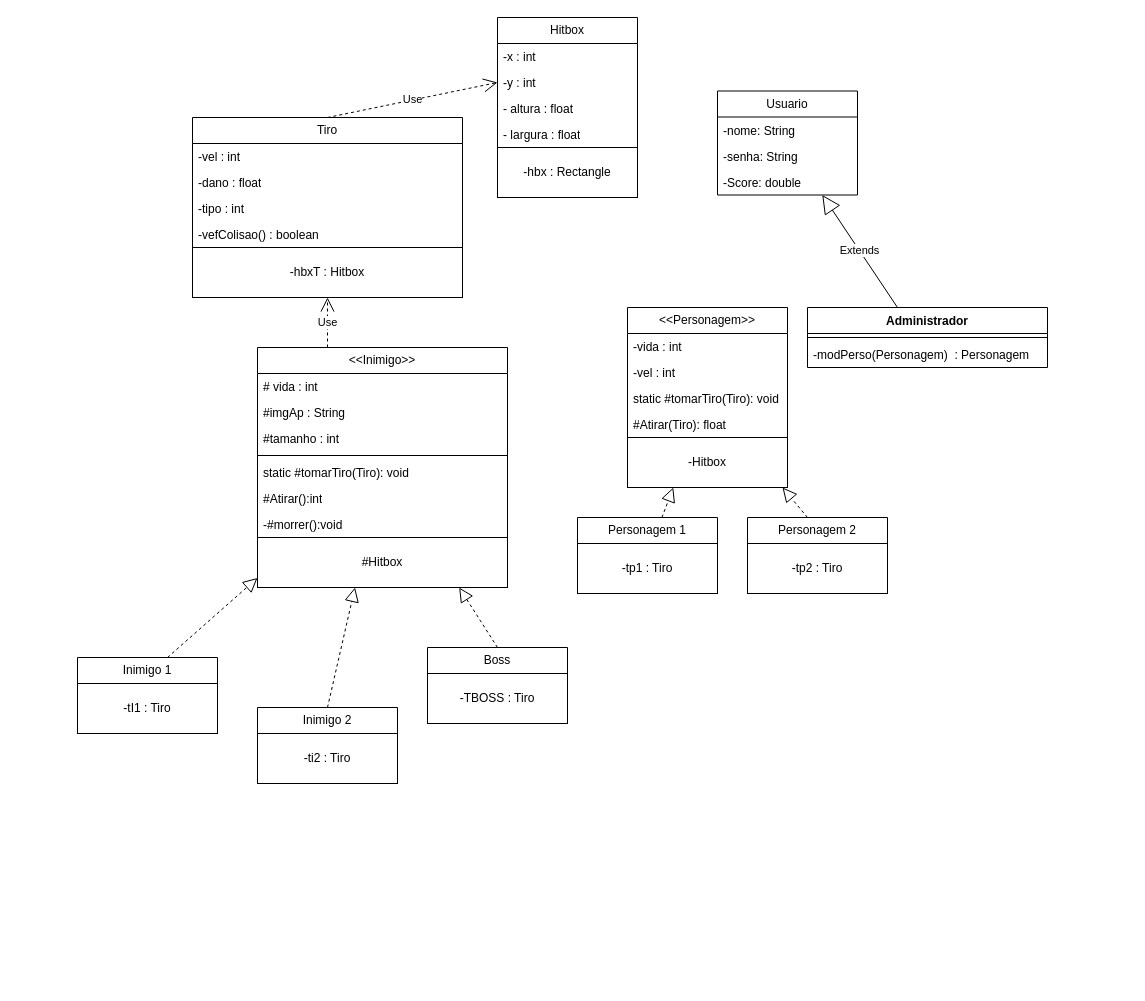
BrendoAlmeida/SpaceOO keeps this draw.io diagram as Diagrama/Diagrama.drawio. Above is the earlier version. Source tidied: cells renumbered, new cells numbered last; positions are measured from the earlier drawing's top-left corner, leaving out a move shared by most shapes. Both pictures are drawn from the tidied source at 100%, with x=0, y=0 at pixel (77, 17).
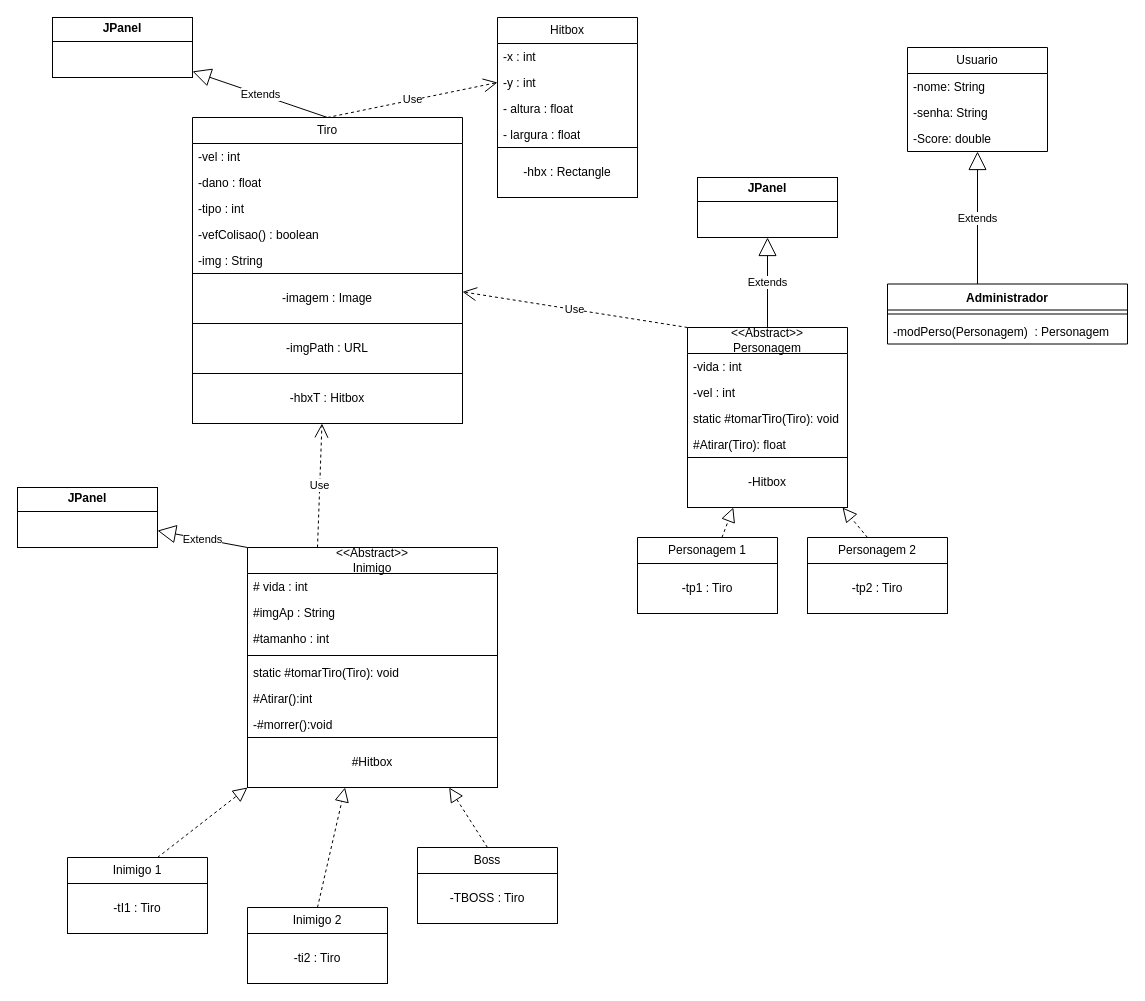
The same page after the edit.

Diff of the diagram source:
```diff
@@
-    <mxCell id="8" value="&amp;lt;&amp;lt;Inimigo&amp;gt;&amp;gt;" style="swimlane;fontStyle=0;horizontal=1;startSize=26;fillColor=none;whiteSpace=wrap;html=1;" parent="1" vertex="1">
-      <mxGeometry x="180" y="330" width="250" height="240" as="geometry" />
+    <mxCell id="8" value="&lt;div&gt;&amp;lt;&amp;lt;Abstract&amp;gt;&amp;gt;&lt;/div&gt;&lt;div&gt;Inimigo&lt;br&gt;&lt;/div&gt;" style="swimlane;fontStyle=0;horizontal=1;startSize=26;fillColor=none;whiteSpace=wrap;html=1;" parent="1" vertex="1">
+      <mxGeometry x="170" y="530" width="250" height="240" as="geometry" />
     </mxCell>
@@
+    <mxCell id="54" value="Extends" style="endArrow=block;endSize=16;endFill=0;html=1;rounded=0;" parent="8" edge="1" target="63">
+      <mxGeometry relative="1" as="geometry">
+        <mxPoint as="sourcePoint" />
+      </mxGeometry>
+    </mxCell>
@@
     <mxCell id="18" value="Usuario" style="swimlane;fontStyle=0;horizontal=1;startSize=26;fillColor=none;whiteSpace=wrap;html=1;" parent="1" vertex="1">
-      <mxGeometry x="640" y="73.5" width="140" height="104" as="geometry" />
+      <mxGeometry x="830" y="30" width="140" height="104" as="geometry" />
     </mxCell>
@@
     <mxCell id="22" value="Administrador" style="swimlane;fontStyle=1;align=center;verticalAlign=top;horizontal=1;startSize=26;whiteSpace=wrap;html=1;" parent="1" vertex="1">
-      <mxGeometry x="730" y="290" width="240" height="60" as="geometry" />
+      <mxGeometry x="810" y="266.5" width="240" height="60" as="geometry" />
     </mxCell>
@@
-    <mxCell id="26" value="&amp;lt;&amp;lt;Personagem&amp;gt;&amp;gt;" style="swimlane;fontStyle=0;horizontal=1;startSize=26;fillColor=none;whiteSpace=wrap;html=1;" parent="1" vertex="1">
-      <mxGeometry x="550" y="290" width="160" height="180" as="geometry" />
+    <mxCell id="26" value="&lt;div&gt;&amp;lt;&amp;lt;Abstract&amp;gt;&amp;gt;&lt;/div&gt;&lt;div&gt;Personagem&lt;br&gt;&lt;/div&gt;" style="swimlane;fontStyle=0;horizontal=1;startSize=26;fillColor=none;whiteSpace=wrap;html=1;" parent="1" vertex="1">
+      <mxGeometry x="610" y="310" width="160" height="180" as="geometry" />
     </mxCell>
+    <mxCell id="55" value="Extends" style="endArrow=block;endSize=16;endFill=0;html=1;rounded=0;entryX=0.5;entryY=1;entryDx=0;entryDy=0;" parent="26" edge="1" target="61">
+      <mxGeometry relative="1" as="geometry">
+        <mxPoint x="80" as="sourcePoint" />
+      </mxGeometry>
+    </mxCell>
+    <mxCell id="56" value="Use" style="endArrow=open;endSize=12;dashed=1;html=1;rounded=0;" parent="26" edge="1" target="46">
+      <mxGeometry relative="1" as="geometry">
+        <mxPoint as="sourcePoint" />
+      </mxGeometry>
+    </mxCell>
@@
     <mxCell id="32" value="Inimigo 1" style="swimlane;fontStyle=0;horizontal=1;startSize=26;fillColor=none;whiteSpace=wrap;html=1;" parent="1" vertex="1">
-      <mxGeometry y="640" width="140" height="76" as="geometry" />
+      <mxGeometry x="-10" y="840" width="140" height="76" as="geometry" />
     </mxCell>
-    <mxCell id="33" style="endArrow=block;dashed=1;endFill=0;endSize=12;html=1;rounded=0;" parent="32" edge="1" target="8">
+    <mxCell id="33" style="endArrow=block;dashed=1;endFill=0;endSize=12;html=1;rounded=0;entryX=0;entryY=1;entryDx=0;entryDy=0;" parent="32" edge="1" target="8">
       <mxGeometry relative="1" as="geometry">
         <mxPoint x="90" as="sourcePoint" />
       </mxGeometry>
     </mxCell>
@@
     <mxCell id="35" value="Inimigo 2" style="swimlane;fontStyle=0;horizontal=1;startSize=26;fillColor=none;whiteSpace=wrap;html=1;" parent="1" vertex="1">
-      <mxGeometry x="180" y="690" width="140" height="76" as="geometry" />
+      <mxGeometry x="170" y="890" width="140" height="76" as="geometry" />
     </mxCell>
@@
     <mxCell id="38" value="Boss" style="swimlane;fontStyle=0;horizontal=1;startSize=26;fillColor=none;whiteSpace=wrap;html=1;" parent="1" vertex="1">
-      <mxGeometry x="350" y="630" width="140" height="76" as="geometry" />
+      <mxGeometry x="340" y="830" width="140" height="76" as="geometry" />
     </mxCell>
@@
     <mxCell id="41" value="Personagem 1" style="swimlane;fontStyle=0;horizontal=1;startSize=26;fillColor=none;whiteSpace=wrap;html=1;" parent="1" vertex="1">
-      <mxGeometry x="500" y="500" width="140" height="76" as="geometry" />
+      <mxGeometry x="560" y="520" width="140" height="76" as="geometry" />
     </mxCell>
@@
     <mxCell id="43" value="Personagem 2" style="swimlane;fontStyle=0;horizontal=1;startSize=26;fillColor=none;whiteSpace=wrap;html=1;" parent="1" vertex="1">
-      <mxGeometry x="670" y="500" width="140" height="76" as="geometry" />
+      <mxGeometry x="730" y="520" width="140" height="76" as="geometry" />
     </mxCell>
@@
     <mxCell id="46" value="Tiro" style="swimlane;fontStyle=0;horizontal=1;startSize=26;fillColor=none;whiteSpace=wrap;html=1;" parent="1" vertex="1">
-      <mxGeometry x="115" y="100" width="270" height="180" as="geometry" />
+      <mxGeometry x="115" y="100" width="270" height="306" as="geometry" />
     </mxCell>
@@
+    <mxCell id="57" value="-img : String" style="text;strokeColor=none;fillColor=none;align=left;verticalAlign=top;spacingLeft=4;spacingRight=4;overflow=hidden;whiteSpace=wrap;html=1;" parent="46" vertex="1">
+      <mxGeometry y="130" width="270" height="26" as="geometry" />
+    </mxCell>
+    <mxCell id="58" value="-imagem : Image" style="html=1;whiteSpace=wrap;" parent="46" vertex="1">
+      <mxGeometry y="156" width="270" height="50" as="geometry" />
+    </mxCell>
+    <mxCell id="59" value="-imgPath : URL" style="html=1;whiteSpace=wrap;" parent="46" vertex="1">
+      <mxGeometry y="206" width="270" height="50" as="geometry" />
+    </mxCell>
     <mxCell id="52" value="-hbxT : Hitbox" style="html=1;whiteSpace=wrap;" parent="46" vertex="1">
-      <mxGeometry y="130" width="270" height="50" as="geometry" />
+      <mxGeometry y="256" width="270" height="50" as="geometry" />
     </mxCell>
@@
+    <mxCell id="60" value="&lt;p style=&quot;margin:0px;margin-top:4px;text-align:center;&quot;&gt;&lt;b&gt;JPanel&lt;/b&gt;&lt;br&gt;&lt;/p&gt;&lt;hr size=&quot;1&quot; style=&quot;border-style:solid;&quot;&gt;&lt;div style=&quot;height:2px;&quot;&gt;&lt;/div&gt;" style="verticalAlign=top;align=left;overflow=fill;html=1;whiteSpace=wrap;" parent="1" vertex="1">
+      <mxGeometry x="-25" width="140" height="60" as="geometry" />
+    </mxCell>
+    <mxCell id="61" value="&lt;p style=&quot;margin:0px;margin-top:4px;text-align:center;&quot;&gt;&lt;b&gt;JPanel&lt;/b&gt;&lt;br&gt;&lt;/p&gt;&lt;hr size=&quot;1&quot; style=&quot;border-style:solid;&quot;&gt;&lt;div style=&quot;height:2px;&quot;&gt;&lt;/div&gt;" style="verticalAlign=top;align=left;overflow=fill;html=1;whiteSpace=wrap;" parent="1" vertex="1">
+      <mxGeometry x="620" y="160" width="140" height="60" as="geometry" />
+    </mxCell>
+    <mxCell id="62" value="Extends" style="endArrow=block;endSize=16;endFill=0;html=1;rounded=0;exitX=0.5;exitY=0;exitDx=0;exitDy=0;" parent="1" edge="1" source="46" target="60">
+      <mxGeometry relative="1" as="geometry" />
+    </mxCell>
+    <mxCell id="63" value="&lt;p style=&quot;margin:0px;margin-top:4px;text-align:center;&quot;&gt;&lt;b&gt;JPanel&lt;/b&gt;&lt;br&gt;&lt;/p&gt;&lt;hr size=&quot;1&quot; style=&quot;border-style:solid;&quot;&gt;&lt;div style=&quot;height:2px;&quot;&gt;&lt;/div&gt;" style="verticalAlign=top;align=left;overflow=fill;html=1;whiteSpace=wrap;" parent="1" vertex="1">
+      <mxGeometry x="-60" y="470" width="140" height="60" as="geometry" />
+    </mxCell>
```
